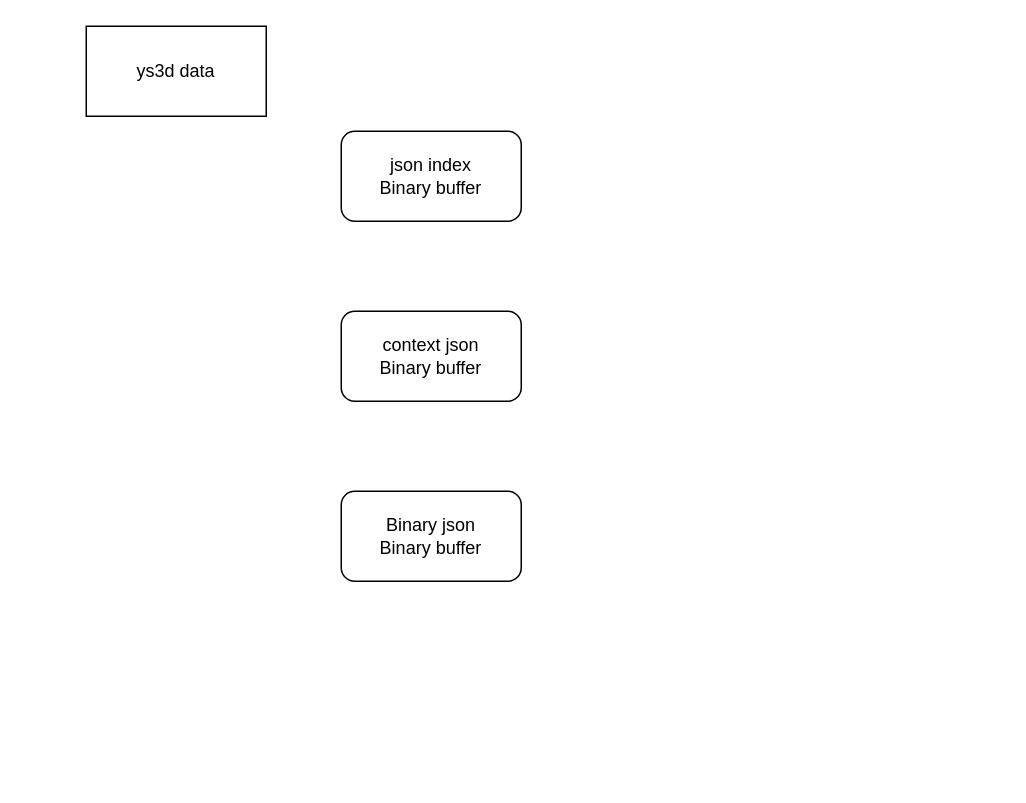
Above: ys3d-data.drawio in Harekaze-Misakiakeno/uml (draw.io), before the change. Source tidied: cells renumbered, new cells numbered last; positions are measured from the earlier drawing's top-left corner, leaving out a move shared by most shapes. Both pictures are drawn from the tidied source at 150%, with x=0, y=0 at pixel (86, 26).
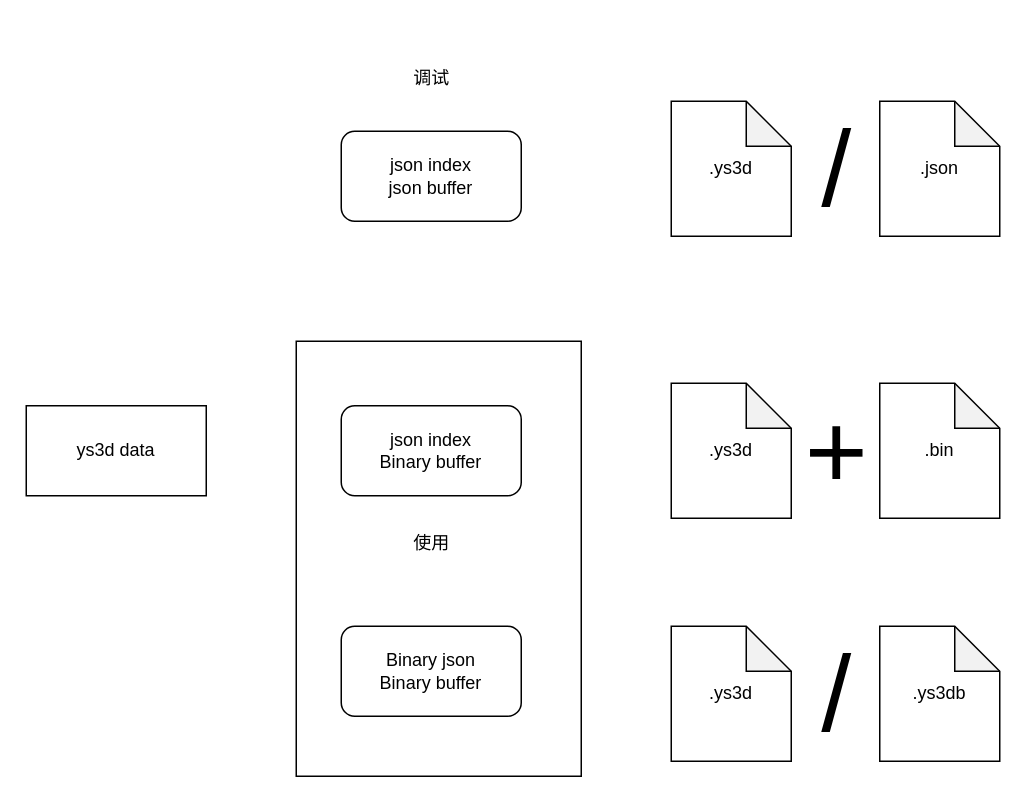
The same page after the edit.

What changed in the source:
```diff
@@
 <mxGraphModel>
   <root>
     <mxCell id="0" />
     <mxCell id="1" parent="0" />
+    <mxCell id="6" style="rounded=0;whiteSpace=wrap;html=1;" parent="1" vertex="1">
+      <mxGeometry x="140" y="210" width="190" height="290" as="geometry" />
+    </mxCell>
     <mxCell id="2" value="Binary&amp;nbsp;json&lt;div&gt;Binary buffer&lt;/div&gt;" style="rounded=1;whiteSpace=wrap;html=1;" parent="1" vertex="1">
-      <mxGeometry x="170" y="310" width="120" height="60" as="geometry" />
+      <mxGeometry x="170" y="400" width="120" height="60" as="geometry" />
     </mxCell>
     <mxCell id="3" value="ys3d data" style="rounded=0;whiteSpace=wrap;html=1;" parent="1" vertex="1">
-      <mxGeometry width="120" height="60" as="geometry" />
+      <mxGeometry x="-40" y="253" width="120" height="60" as="geometry" />
     </mxCell>
-    <mxCell id="4" value="&lt;div&gt;context json&lt;/div&gt;Binary buffer" style="rounded=1;whiteSpace=wrap;html=1;" parent="1" vertex="1">
-      <mxGeometry x="170" y="190" width="120" height="60" as="geometry" />
+    <mxCell id="4" value="&lt;div&gt;&lt;div&gt;json&amp;nbsp;&lt;span style=&quot;background-color: transparent; color: light-dark(rgb(0, 0, 0), rgb(255, 255, 255));&quot;&gt;index&lt;/span&gt;&lt;/div&gt;&lt;/div&gt;Binary buffer" style="rounded=1;whiteSpace=wrap;html=1;" parent="1" vertex="1">
+      <mxGeometry x="170" y="253" width="120" height="60" as="geometry" />
     </mxCell>
-    <mxCell id="5" value="&lt;div&gt;json&amp;nbsp;&lt;span style=&quot;background-color: transparent; color: light-dark(rgb(0, 0, 0), rgb(255, 255, 255));&quot;&gt;index&lt;/span&gt;&lt;/div&gt;Binary buffer" style="rounded=1;whiteSpace=wrap;html=1;" parent="1" vertex="1">
+    <mxCell id="5" value="&lt;div&gt;json&amp;nbsp;&lt;span style=&quot;background-color: transparent; color: light-dark(rgb(0, 0, 0), rgb(255, 255, 255));&quot;&gt;index&lt;/span&gt;&lt;/div&gt;json buffer" style="rounded=1;whiteSpace=wrap;html=1;" parent="1" vertex="1">
       <mxGeometry x="170" y="70" width="120" height="60" as="geometry" />
     </mxCell>
+    <mxCell id="7" value="使用" style="text;html=1;align=center;verticalAlign=middle;strokeColor=none;fillColor=none;" parent="1" vertex="1">
+      <mxGeometry x="205" y="330" width="50" height="30" as="geometry" />
+    </mxCell>
+    <mxCell id="8" value="调试" style="text;html=1;align=center;verticalAlign=middle;strokeColor=none;fillColor=none;" parent="1" vertex="1">
+      <mxGeometry x="205" y="20" width="50" height="30" as="geometry" />
+    </mxCell>
+    <mxCell id="9" value=".ys3d" style="shape=note;whiteSpace=wrap;html=1;backgroundOutline=1;darkOpacity=0.05;" parent="1" vertex="1">
+      <mxGeometry x="390" y="238" width="80" height="90" as="geometry" />
+    </mxCell>
+    <mxCell id="10" value=".ys3d" style="shape=note;whiteSpace=wrap;html=1;backgroundOutline=1;darkOpacity=0.05;" parent="1" vertex="1">
+      <mxGeometry x="390" y="400" width="80" height="90" as="geometry" />
+    </mxCell>
+    <mxCell id="11" value=".bin" style="shape=note;whiteSpace=wrap;html=1;backgroundOutline=1;darkOpacity=0.05;" parent="1" vertex="1">
+      <mxGeometry x="529" y="238" width="80" height="90" as="geometry" />
+    </mxCell>
+    <mxCell id="12" value="&lt;font style=&quot;font-size: 72px;&quot;&gt;+&lt;/font&gt;" style="text;html=1;align=center;verticalAlign=middle;strokeColor=none;fillColor=none;" parent="1" vertex="1">
+      <mxGeometry x="465" y="233" width="70" height="100" as="geometry" />
+    </mxCell>
+    <mxCell id="13" value=".ys3d" style="shape=note;whiteSpace=wrap;html=1;backgroundOutline=1;darkOpacity=0.05;" parent="1" vertex="1">
+      <mxGeometry x="390" y="50" width="80" height="90" as="geometry" />
+    </mxCell>
+    <mxCell id="14" value=".json" style="shape=note;whiteSpace=wrap;html=1;backgroundOutline=1;darkOpacity=0.05;" parent="1" vertex="1">
+      <mxGeometry x="529" y="50" width="80" height="90" as="geometry" />
+    </mxCell>
+    <mxCell id="15" value="&lt;font style=&quot;font-size: 72px;&quot;&gt;/&lt;/font&gt;" style="text;html=1;align=center;verticalAlign=middle;strokeColor=none;fillColor=none;" parent="1" vertex="1">
+      <mxGeometry x="480" y="45" width="40" height="100" as="geometry" />
+    </mxCell>
+    <mxCell id="16" value=".ys3db" style="shape=note;whiteSpace=wrap;html=1;backgroundOutline=1;darkOpacity=0.05;" parent="1" vertex="1">
+      <mxGeometry x="529" y="400" width="80" height="90" as="geometry" />
+    </mxCell>
+    <mxCell id="17" value="&lt;font style=&quot;font-size: 72px;&quot;&gt;/&lt;/font&gt;" style="text;html=1;align=center;verticalAlign=middle;strokeColor=none;fillColor=none;" parent="1" vertex="1">
+      <mxGeometry x="480" y="395" width="40" height="100" as="geometry" />
+    </mxCell>
   </root>
 </mxGraphModel>
```
